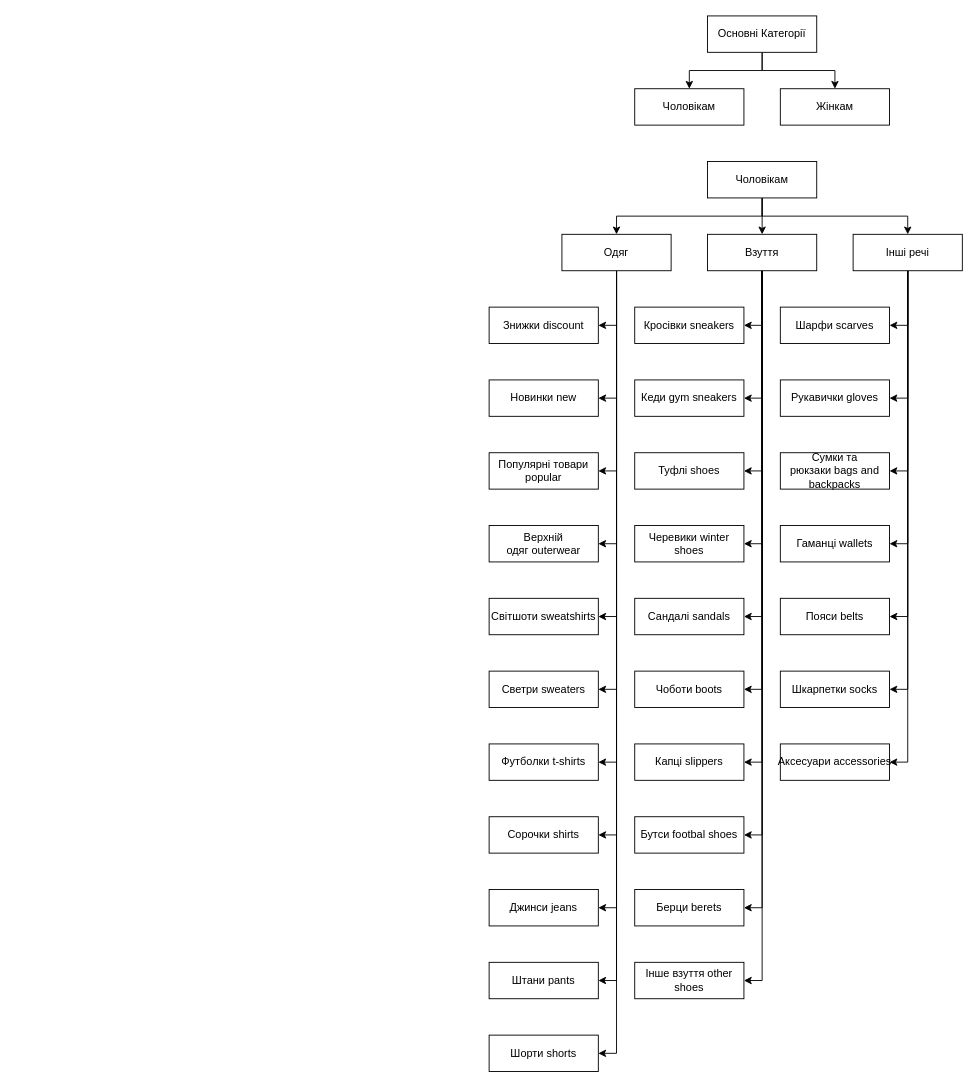
This is shvab.drawio from GeorgeShvab/diagrams, a draw.io file, before an edit. Source tidied: cells renumbered, new cells numbered last; positions are measured from the earlier drawing's top-left corner, leaving out a move shared by most shapes. Both pictures are drawn from the tidied source at 91%, with x=0, y=0 at pixel (489, 15).
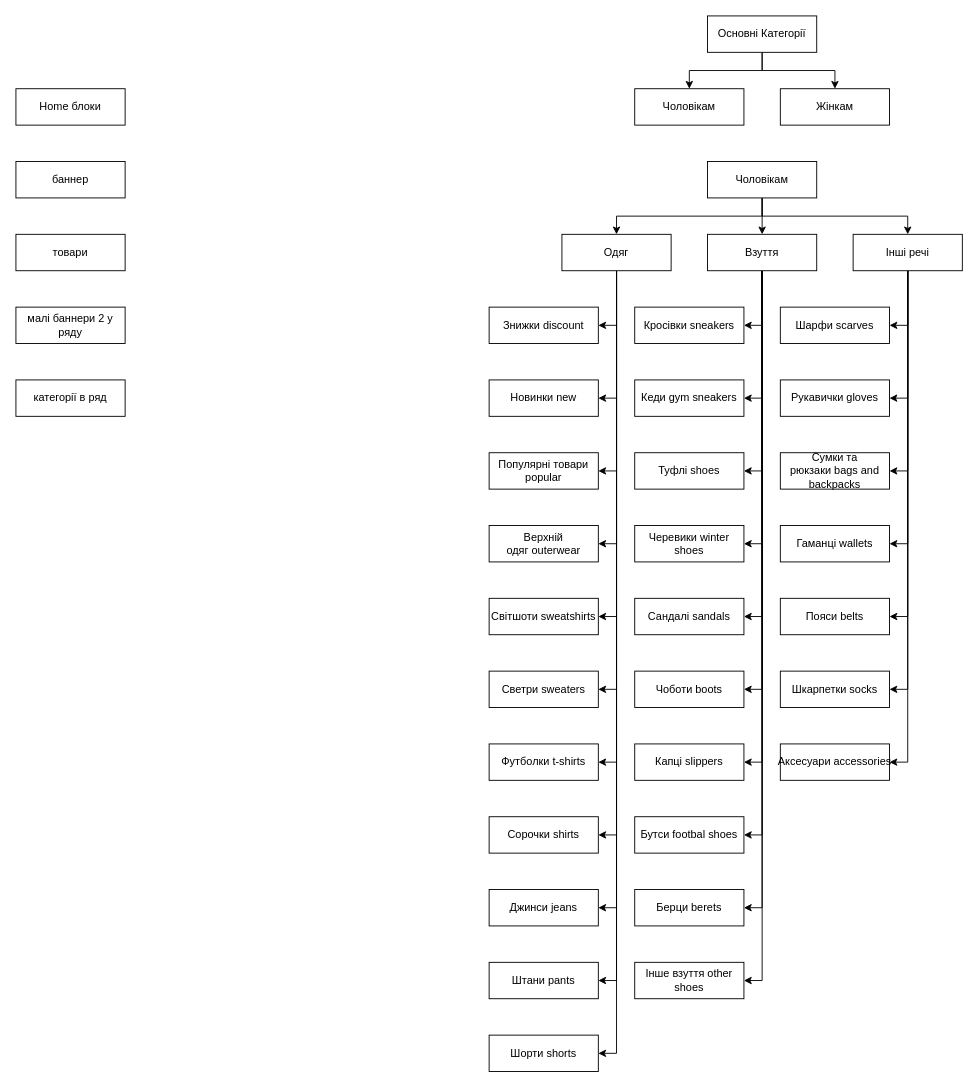
The same diagram, later.

What changed in the source:
```diff
@@
+    <mxCell id="70" value="Home блоки" style="rounded=0;whiteSpace=wrap;html=1;" parent="1" vertex="1">
+      <mxGeometry x="-520" y="80" width="120" height="40" as="geometry" />
+    </mxCell>
+    <mxCell id="71" value="баннер" style="rounded=0;whiteSpace=wrap;html=1;" parent="1" vertex="1">
+      <mxGeometry x="-520" y="160" width="120" height="40" as="geometry" />
+    </mxCell>
+    <mxCell id="72" value="товари" style="rounded=0;whiteSpace=wrap;html=1;" parent="1" vertex="1">
+      <mxGeometry x="-520" y="240" width="120" height="40" as="geometry" />
+    </mxCell>
+    <mxCell id="73" value="малі баннери 2 у ряду" style="rounded=0;whiteSpace=wrap;html=1;" parent="1" vertex="1">
+      <mxGeometry x="-520" y="320" width="120" height="40" as="geometry" />
+    </mxCell>
+    <mxCell id="74" value="категорії в ряд" style="rounded=0;whiteSpace=wrap;html=1;" parent="1" vertex="1">
+      <mxGeometry x="-520" y="400" width="120" height="40" as="geometry" />
+    </mxCell>
```
